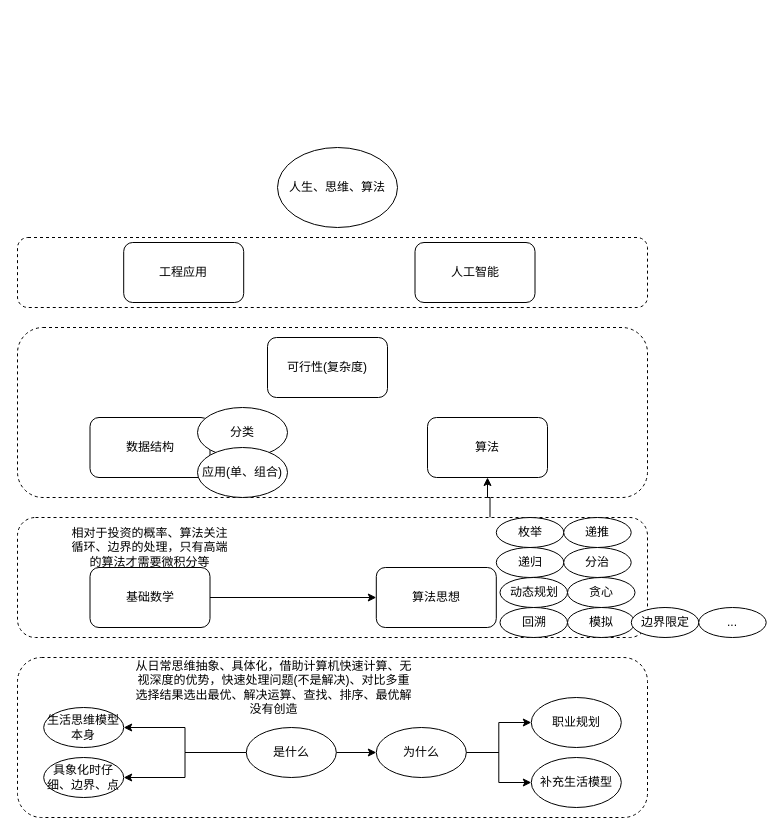
This is menus/suanfamoxing.drawio from Asamiyaa/microservice-k8s-yun, a draw.io file, before an edit. Source tidied: cells renumbered, new cells numbered last; positions are measured from the earlier drawing's top-left corner, leaving out a move shared by most shapes. Both pictures are drawn from the tidied source at 100%, with x=0, y=0 at pixel (17, 147).
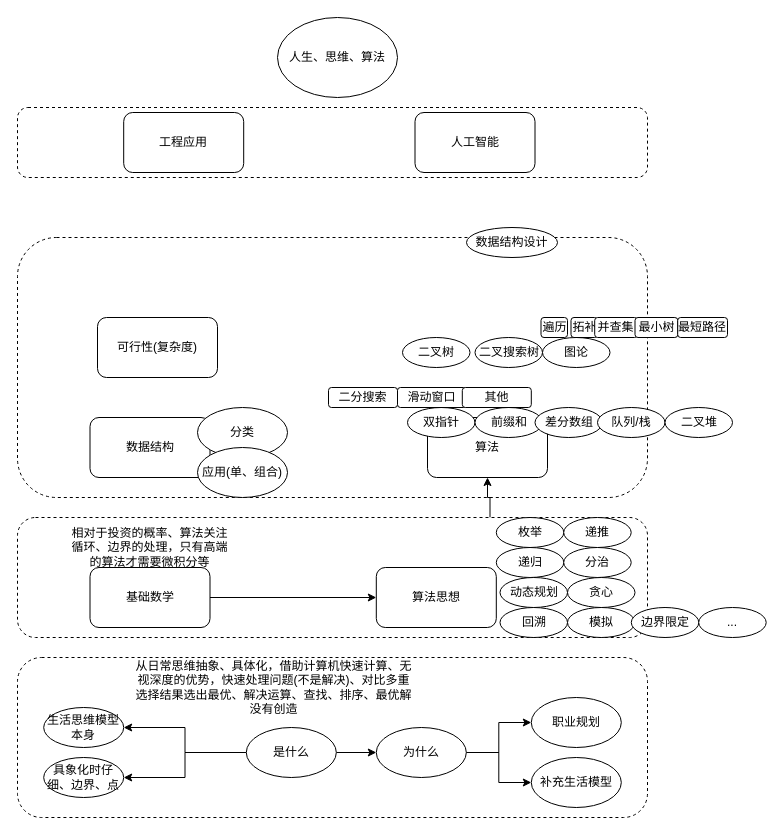
After the change.

What changed in the source:
```diff
@@
     <mxCell id="3" style="rounded=1;whiteSpace=wrap;html=1;dashed=1;" parent="1" vertex="1">
-      <mxGeometry y="90" width="630" height="70" as="geometry" />
+      <mxGeometry y="-40" width="630" height="70" as="geometry" />
     </mxCell>
     <mxCell id="4" style="rounded=1;whiteSpace=wrap;html=1;dashed=1;" parent="1" vertex="1">
-      <mxGeometry y="180" width="630" height="170" as="geometry" />
+      <mxGeometry y="90" width="630" height="260" as="geometry" />
     </mxCell>
@@
     <mxCell id="7" value="人生、思维、算法" style="ellipse;whiteSpace=wrap;html=1;" parent="1" vertex="1">
-      <mxGeometry x="260" width="120" height="80" as="geometry" />
+      <mxGeometry x="260" y="-130" width="120" height="80" as="geometry" />
     </mxCell>
@@
     <mxCell id="10" value="工程应用" style="rounded=1;whiteSpace=wrap;html=1;" parent="1" vertex="1">
-      <mxGeometry x="106.2" y="95" width="120" height="60" as="geometry" />
+      <mxGeometry x="106.2" y="-35" width="120" height="60" as="geometry" />
     </mxCell>
     <mxCell id="11" value="人工智能" style="rounded=1;whiteSpace=wrap;html=1;" parent="1" vertex="1">
-      <mxGeometry x="397.5" y="95" width="120" height="60" as="geometry" />
+      <mxGeometry x="397.5" y="-35" width="120" height="60" as="geometry" />
     </mxCell>
@@
     <mxCell id="16" value="可行性(复杂度)" style="rounded=1;whiteSpace=wrap;html=1;" parent="1" vertex="1">
-      <mxGeometry x="250" y="190" width="120" height="60" as="geometry" />
+      <mxGeometry x="80" y="170" width="120" height="60" as="geometry" />
     </mxCell>
@@
+    <mxCell id="41" value="双指针" style="ellipse;whiteSpace=wrap;html=1;" parent="1" vertex="1">
+      <mxGeometry x="390" y="260" width="67.5" height="30" as="geometry" />
+    </mxCell>
+    <mxCell id="42" value="前缀和" style="ellipse;whiteSpace=wrap;html=1;" parent="1" vertex="1">
+      <mxGeometry x="457.5" y="260" width="67.5" height="30" as="geometry" />
+    </mxCell>
+    <mxCell id="43" value="差分数组" style="ellipse;whiteSpace=wrap;html=1;" parent="1" vertex="1">
+      <mxGeometry x="517.5" y="260" width="67.5" height="30" as="geometry" />
+    </mxCell>
+    <mxCell id="44" value="二分搜索" style="rounded=1;whiteSpace=wrap;html=1;" parent="1" vertex="1">
+      <mxGeometry x="311" y="240" width="69" height="20" as="geometry" />
+    </mxCell>
+    <mxCell id="45" value="滑动窗口" style="rounded=1;whiteSpace=wrap;html=1;" parent="1" vertex="1">
+      <mxGeometry x="380" y="240" width="69" height="20" as="geometry" />
+    </mxCell>
+    <mxCell id="46" value="其他" style="rounded=1;whiteSpace=wrap;html=1;" parent="1" vertex="1">
+      <mxGeometry x="444.8" y="240" width="69" height="20" as="geometry" />
+    </mxCell>
+    <mxCell id="47" value="队列/栈" style="ellipse;whiteSpace=wrap;html=1;" parent="1" vertex="1">
+      <mxGeometry x="580" y="260" width="67.5" height="30" as="geometry" />
+    </mxCell>
+    <mxCell id="48" value="二叉堆" style="ellipse;whiteSpace=wrap;html=1;" parent="1" vertex="1">
+      <mxGeometry x="647.5" y="260" width="67.5" height="30" as="geometry" />
+    </mxCell>
+    <mxCell id="49" value="二叉树" style="ellipse;whiteSpace=wrap;html=1;" parent="1" vertex="1">
+      <mxGeometry x="385" y="190" width="67.5" height="30" as="geometry" />
+    </mxCell>
+    <mxCell id="50" value="二叉搜索树" style="ellipse;whiteSpace=wrap;html=1;" parent="1" vertex="1">
+      <mxGeometry x="457.5" y="190" width="67.5" height="30" as="geometry" />
+    </mxCell>
+    <mxCell id="51" value="图论" style="ellipse;whiteSpace=wrap;html=1;" parent="1" vertex="1">
+      <mxGeometry x="525" y="190" width="67.5" height="30" as="geometry" />
+    </mxCell>
+    <mxCell id="52" value="数据结构设计" style="ellipse;whiteSpace=wrap;html=1;" parent="1" vertex="1">
+      <mxGeometry x="449" y="80" width="91" height="30" as="geometry" />
+    </mxCell>
+    <mxCell id="53" value="遍历" style="rounded=1;whiteSpace=wrap;html=1;" parent="1" vertex="1">
+      <mxGeometry x="523.5" y="170" width="26.5" height="20" as="geometry" />
+    </mxCell>
+    <mxCell id="54" value="拓补" style="rounded=1;whiteSpace=wrap;html=1;" parent="1" vertex="1">
+      <mxGeometry x="553.5" y="170" width="26.5" height="20" as="geometry" />
+    </mxCell>
+    <mxCell id="55" value="并查集" style="rounded=1;whiteSpace=wrap;html=1;" parent="1" vertex="1">
+      <mxGeometry x="577.2" y="170" width="42.8" height="20" as="geometry" />
+    </mxCell>
+    <mxCell id="56" value="最小树" style="rounded=1;whiteSpace=wrap;html=1;" parent="1" vertex="1">
+      <mxGeometry x="617.5" y="170" width="42.8" height="20" as="geometry" />
+    </mxCell>
+    <mxCell id="57" value="最短路径" style="rounded=1;whiteSpace=wrap;html=1;" parent="1" vertex="1">
+      <mxGeometry x="660.2" y="170" width="49.8" height="20" as="geometry" />
+    </mxCell>
```
